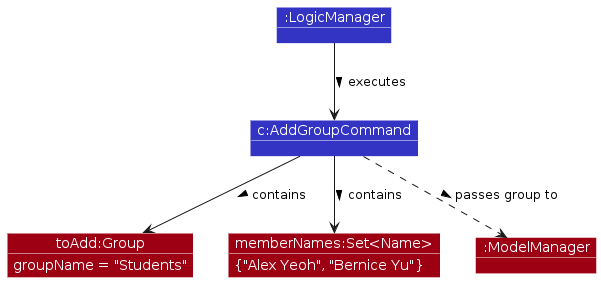
AY2526S2-CS2103T-W11-2/tp keeps this PlantUML diagram as diagrams/add-group/GroupAddExecution.png. Above is the earlier version. Its source is kept beside it as diagrams/add-group/GroupAddExecution.puml. The source it was exported from:
```plantuml
@startuml group-add-execution
!include ../style.puml
skinparam ArrowFontStyle plain

skinparam shadowing false
skinparam ObjectFontColor #FFFFFF
skinparam ObjectAttributeFontColor #FFFFFF
skinparam ObjectBorderColor #FFFFFF

show objects
show members

object ":LogicManager" as LogicManager LOGIC_COLOR
object "c:AddGroupCommand" as AddGroupCommand LOGIC_COLOR
object "toAdd:Group" as Group MODEL_COLOR
object "memberNames:Set<Name>" as MemberNames MODEL_COLOR
object ":ModelManager" as ModelManager MODEL_COLOR

LogicManager --> AddGroupCommand : executes >
AddGroupCommand --> Group : contains >
AddGroupCommand --> MemberNames : contains >
AddGroupCommand ..> ModelManager : passes group to >

Group : groupName = "Students"
MemberNames : {"Alex Yeoh", "Bernice Yu"}
@enduml
```
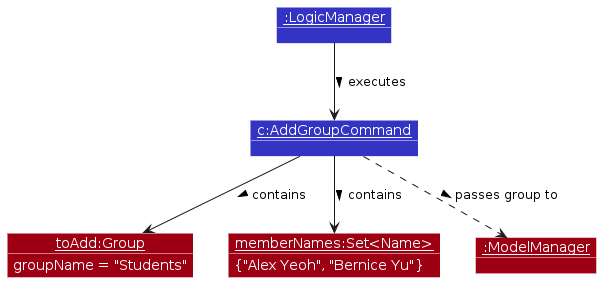
Above is the later version.

Change to the diagram source:
```diff
@@ -10,11 +10,11 @@
 show objects
 show members
 
-object ":LogicManager" as LogicManager LOGIC_COLOR
-object "c:AddGroupCommand" as AddGroupCommand LOGIC_COLOR
-object "toAdd:Group" as Group MODEL_COLOR
-object "memberNames:Set<Name>" as MemberNames MODEL_COLOR
-object ":ModelManager" as ModelManager MODEL_COLOR
+object "<u>:LogicManager</u>" as LogicManager LOGIC_COLOR
+object "<u>c:AddGroupCommand</u>" as AddGroupCommand LOGIC_COLOR
+object "<u>toAdd:Group</u>" as Group MODEL_COLOR
+object "<u>memberNames:Set<Name></u>" as MemberNames MODEL_COLOR
+object "<u>:ModelManager</u>" as ModelManager MODEL_COLOR
 
 LogicManager --> AddGroupCommand : executes >
 AddGroupCommand --> Group : contains >
```
